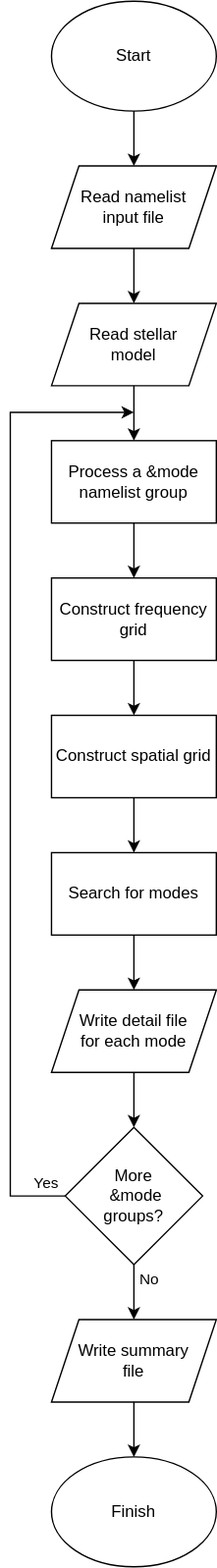
This is doc/source/user-guide/frontends/gyre-flow.drawio.svg from rhdtownsend/gyre, a draw.io export, as it was before one commit. Source tidied: cells renumbered, new cells last; positions are measured from the earlier drawing's top-left corner, leaving out a move shared by most shapes.
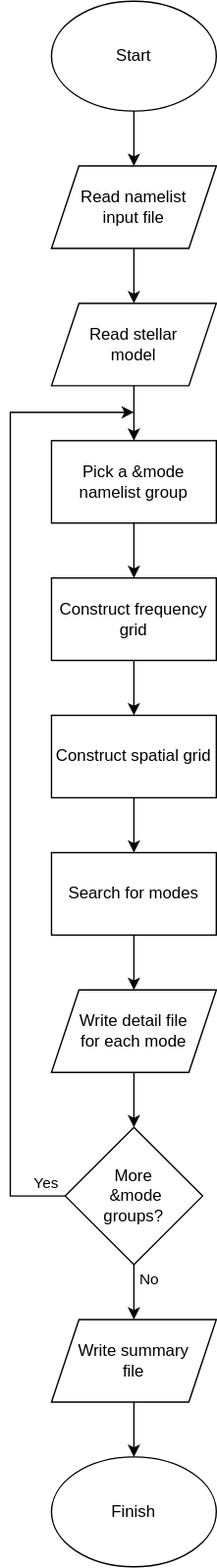
After the change.

The edit, as a diff of the source:
```diff
@@ -18,7 +18,7 @@
     <mxCell id="5" value="Read&amp;nbsp;stellar&lt;br&gt;model" style="shape=parallelogram;perimeter=parallelogramPerimeter;whiteSpace=wrap;html=1;fixedSize=1;" parent="1" vertex="1">
       <mxGeometry x="30" y="220" width="120" height="60" as="geometry" />
     </mxCell>
-    <mxCell id="6" value="Process a &amp;amp;mode namelist group" style="rounded=0;whiteSpace=wrap;html=1;" parent="1" vertex="1">
+    <mxCell id="6" value="Pick a &amp;amp;mode namelist group" style="rounded=0;whiteSpace=wrap;html=1;" parent="1" vertex="1">
       <mxGeometry x="30" y="320" width="120" height="60" as="geometry" />
     </mxCell>
     <mxCell id="7" value="Construct frequency grid" style="rounded=0;whiteSpace=wrap;html=1;" parent="1" vertex="1">
```
